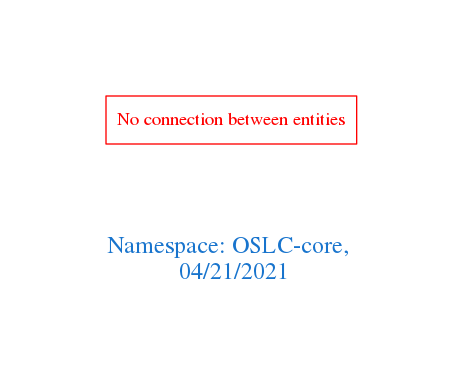
arago/OGIT keeps this Graphviz diagram as downloads/OSLC-core.png. Above is the earlier version. Its source is kept beside it as downloads/OSLC-core.dot.
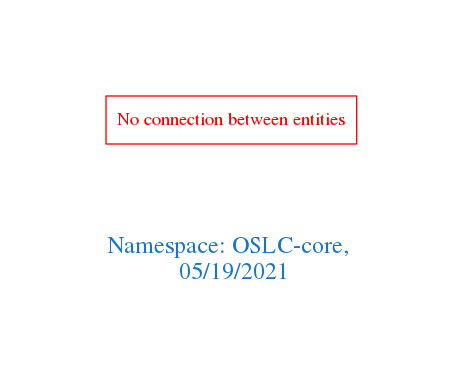
Above is the later version.

What changed in the source:
```diff
@@ -1,7 +1,7 @@
 digraph OGIT_ontology {
  graph [ rankdir= LR,pad=1
 fontsize = 18,
-fontcolor= dodgerblue3,label = "\n\n\nNamespace: OSLC-core, \n 04/21/2021"];
+fontcolor= dodgerblue3,label = "\n\n\nNamespace: OSLC-core, \n 05/19/2021"];
 node[shape=polygon];
 edge [  color="gray81"];
 
```
